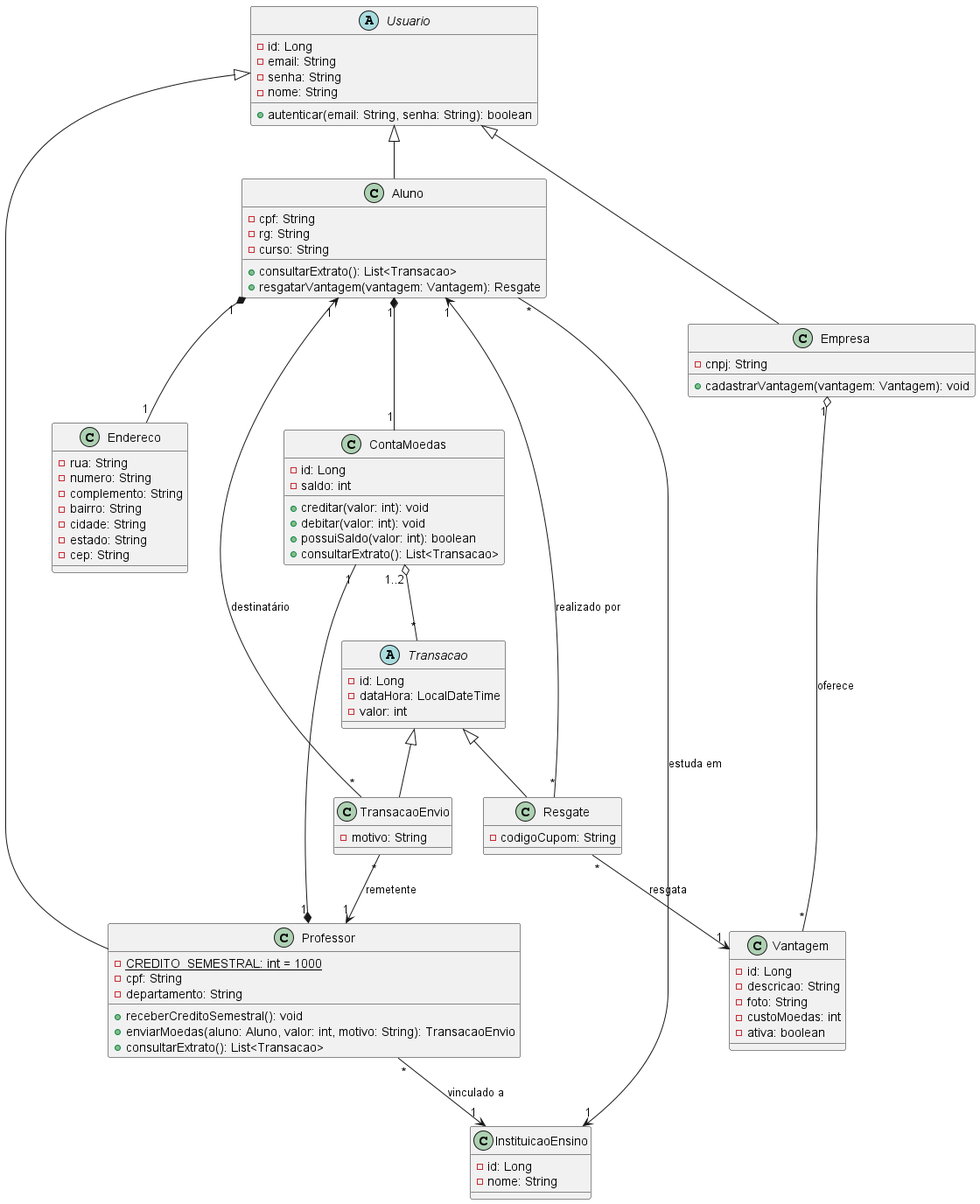
This is docs/diagramas/classes.png from brunokilo/lab03-projetoSoftware, a PlantUML export, as it was before one commit.
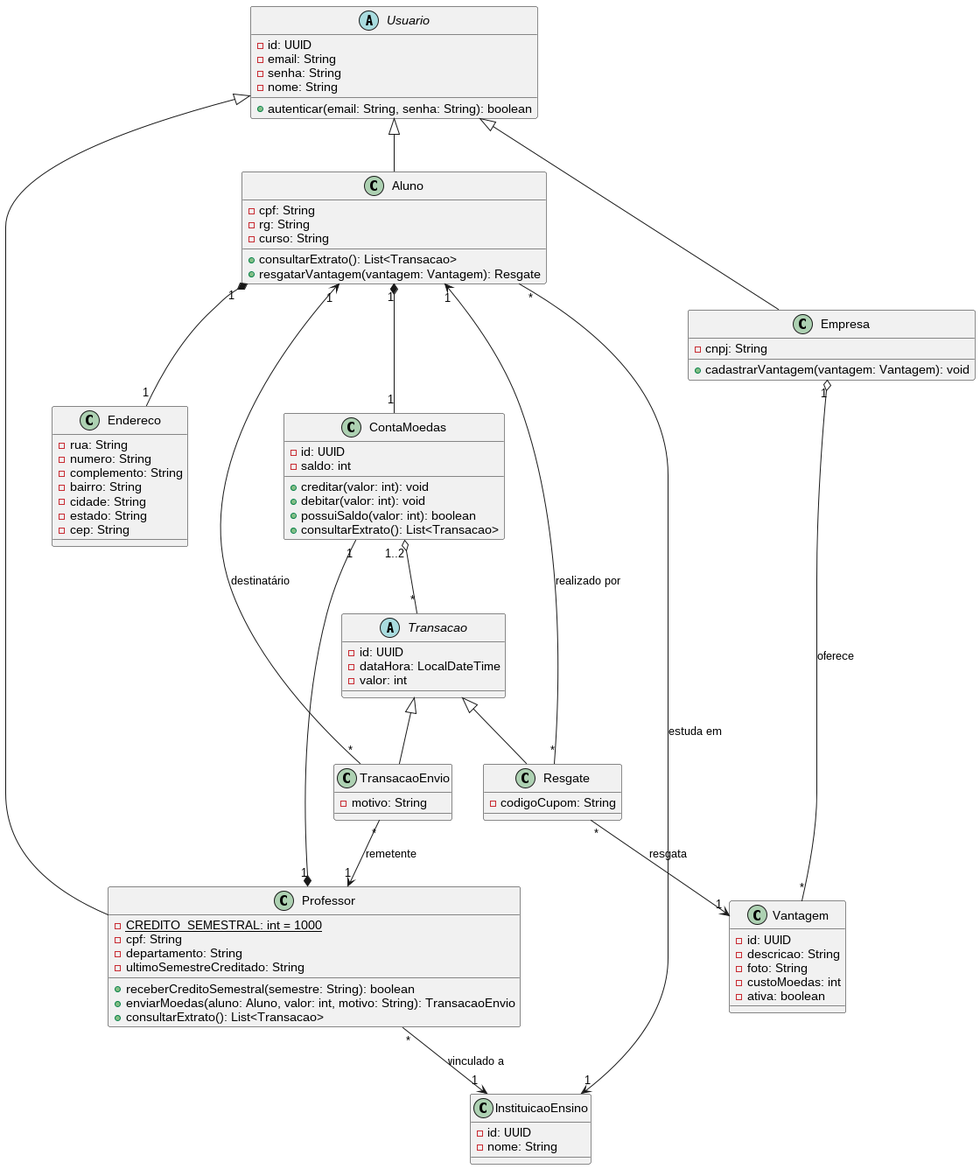
Above is the later version.

The edit, as a diff of the source:
```diff
@@ -1,7 +1,7 @@
 @startuml
 
 abstract class Usuario {
-  - id: Long
+  - id: UUID
   - email: String
   - senha: String
   - nome: String
@@ -9,12 +9,12 @@
 }
 
 class InstituicaoEnsino {
-  - id: Long
+  - id: UUID
   - nome: String
 }
 
 class ContaMoedas {
-  - id: Long
+  - id: UUID
   - saldo: int
   + creditar(valor: int): void
   + debitar(valor: int): void
@@ -34,7 +34,8 @@
   - {static} CREDITO_SEMESTRAL: int = 1000
   - cpf: String
   - departamento: String
-  + receberCreditoSemestral(): void
+  - ultimoSemestreCreditado: String
+  + receberCreditoSemestral(semestre: String): boolean
   + enviarMoedas(aluno: Aluno, valor: int, motivo: String): TransacaoEnvio
   + consultarExtrato(): List<Transacao>
 }
@@ -55,7 +56,7 @@
 }
 
 class Vantagem {
-  - id: Long
+  - id: UUID
   - descricao: String
   - foto: String
   - custoMoedas: int
@@ -63,7 +64,7 @@
 }
 
 abstract class Transacao {
-  - id: Long
+  - id: UUID
   - dataHora: LocalDateTime
   - valor: int
 }
```
